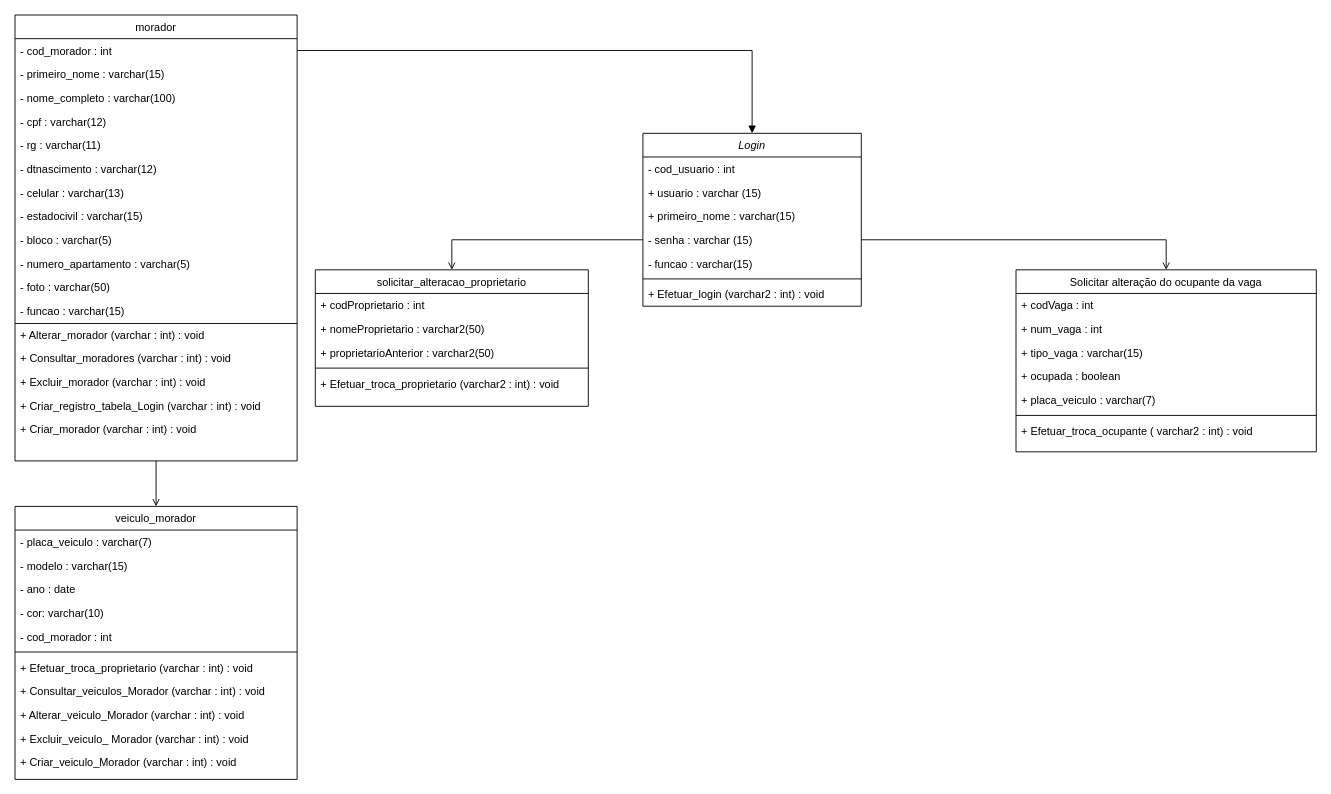
This is TCC/APS/DiagramaClasse.drawio from Ali-Dionisio/Etec, a draw.io file, before an edit. Source tidied: cells renumbered, new cells numbered last; positions are measured from the earlier drawing's top-left corner, leaving out a move shared by most shapes. Both pictures are drawn from the tidied source at 91%, with x=0, y=0 at pixel (15, 15).
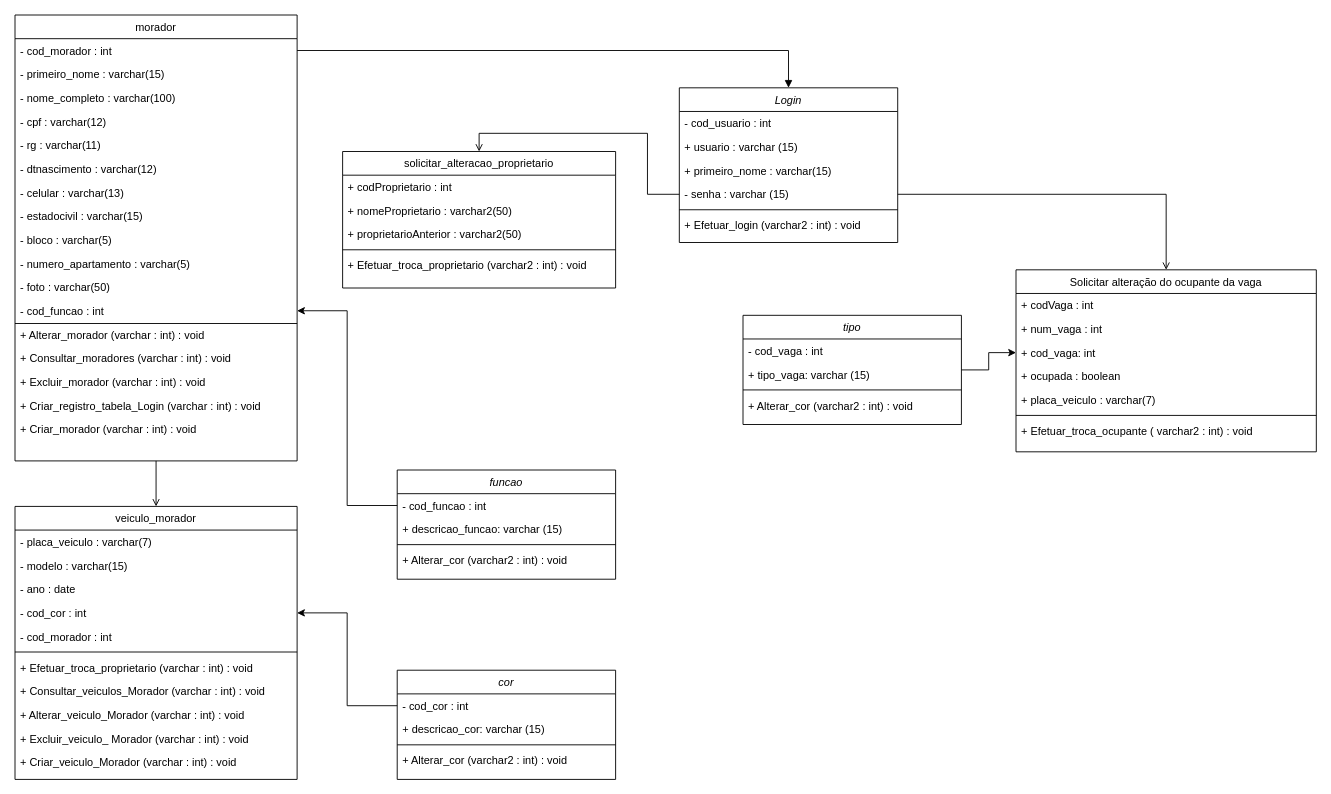
After the change.

Commit message (it also covers changes not shown here):
modificado mer e o diagrama de classe

The change refers to these unchanged cells:
```xml
<mxCell id="17" value="morador" style="swimlane;fontStyle=0;align=center;verticalAlign=top;horizontal=1;startSize=26;rounded=0;shadow=0;strokeWidth=1;" parent="1" vertex="1">
  <mxGeometry width="310" height="490" as="geometry" />
</mxCell>
<mxCell id="36" value="Solicitar alteração do ocupante da vaga" style="swimlane;fontStyle=0;align=center;verticalAlign=top;horizontal=1;startSize=26;rounded=0;shadow=0;strokeWidth=1;" parent="1" vertex="1">
  <mxGeometry x="1100" y="280" width="330" height="200" as="geometry" />
</mxCell>
<mxCell id="47" value="veiculo_morador" style="swimlane;fontStyle=0;align=center;verticalAlign=top;horizontal=1;startSize=26;rounded=0;shadow=0;strokeWidth=1;" parent="1" vertex="1">
  <mxGeometry y="540" width="310" height="300" as="geometry" />
</mxCell>
```

Diff of the diagram source:
```diff
@@
     <mxCell id="2" value="Login" style="swimlane;fontStyle=2;align=center;verticalAlign=top;horizontal=1;startSize=26;rounded=0;shadow=0;strokeWidth=1;" parent="1" vertex="1">
-      <mxGeometry x="690" y="130" width="240" height="190" as="geometry" />
+      <mxGeometry x="730" y="80" width="240" height="170" as="geometry" />
     </mxCell>
@@
-    <mxCell id="7" value="- funcao : varchar(15) " style="text;align=left;verticalAlign=top;spacingLeft=4;spacingRight=4;overflow=hidden;rounded=0;shadow=0;html=0;" parent="2" vertex="1">
-      <mxGeometry y="130" width="240" height="26" as="geometry" />
-    </mxCell>
     <mxCell id="8" style="line;html=1;strokeWidth=1;align=left;verticalAlign=middle;spacingTop=-1;spacingLeft=3;spacingRight=3;labelPosition=right;" parent="2" vertex="1">
-      <mxGeometry y="156" width="240" height="8" as="geometry" />
+      <mxGeometry y="130" width="240" height="8" as="geometry" />
     </mxCell>
     <mxCell id="9" value="+ Efetuar_login (varchar2 : int) : void" style="text;align=left;verticalAlign=top;spacingLeft=4;spacingRight=4;overflow=hidden;" parent="2" vertex="1">
-      <mxGeometry y="164" width="240" height="26" as="geometry" />
+      <mxGeometry y="138" width="240" height="26" as="geometry" />
     </mxCell>
     <mxCell id="10" value="solicitar_alteracao_proprietario" style="swimlane;fontStyle=0;align=center;verticalAlign=top;horizontal=1;startSize=26;rounded=0;shadow=0;strokeWidth=1;" parent="1" vertex="1">
-      <mxGeometry x="330" y="280" width="300" height="150" as="geometry" />
+      <mxGeometry x="360" y="150" width="300" height="150" as="geometry" />
     </mxCell>
@@
-    <mxCell id="29" value="- funcao : varchar(15)" style="text;align=left;verticalAlign=top;spacingLeft=4;spacingRight=4;overflow=hidden;points=[[0,0.5],[1,0.5]];portConstraint=eastwest;" parent="17" vertex="1">
+    <mxCell id="29" value="- cod_funcao : int" style="text;align=left;verticalAlign=top;spacingLeft=4;spacingRight=4;overflow=hidden;points=[[0,0.5],[1,0.5]];portConstraint=eastwest;" parent="17" vertex="1">
       <mxGeometry y="312" width="310" height="26" as="geometry" />
     </mxCell>
@@
-    <mxCell id="39" value="+ tipo_vaga : varchar(15)" style="text;align=left;verticalAlign=top;spacingLeft=4;spacingRight=4;overflow=hidden;points=[[0,0.5],[1,0.5]];portConstraint=eastwest;rounded=0;shadow=0;html=0;" parent="36" vertex="1">
+    <mxCell id="39" value="+ cod_vaga: int" style="text;align=left;verticalAlign=top;spacingLeft=4;spacingRight=4;overflow=hidden;points=[[0,0.5],[1,0.5]];portConstraint=eastwest;rounded=0;shadow=0;html=0;" parent="36" vertex="1">
       <mxGeometry y="78" width="330" height="26" as="geometry" />
     </mxCell>
@@
-    <mxCell id="51" value="- cor: varchar(10)" style="text;align=left;verticalAlign=top;spacingLeft=4;spacingRight=4;overflow=hidden;points=[[0,0.5],[1,0.5]];portConstraint=eastwest;" parent="47" vertex="1">
+    <mxCell id="51" value="- cod_cor : int" style="text;align=left;verticalAlign=top;spacingLeft=4;spacingRight=4;overflow=hidden;points=[[0,0.5],[1,0.5]];portConstraint=eastwest;" parent="47" vertex="1">
       <mxGeometry y="104" width="310" height="26" as="geometry" />
     </mxCell>
@@
+    <mxCell id="59" value="cor" style="swimlane;fontStyle=2;align=center;verticalAlign=top;horizontal=1;startSize=26;rounded=0;shadow=0;strokeWidth=1;" parent="1" vertex="1">
+      <mxGeometry x="420" y="720" width="240" height="120" as="geometry" />
+    </mxCell>
+    <mxCell id="60" value="- cod_cor : int" style="text;align=left;verticalAlign=top;spacingLeft=4;spacingRight=4;overflow=hidden;points=[[0,0.5],[1,0.5]];portConstraint=eastwest;" parent="59" vertex="1">
+      <mxGeometry y="26" width="240" height="26" as="geometry" />
+    </mxCell>
+    <mxCell id="61" value="+ descricao_cor: varchar (15)" style="text;align=left;verticalAlign=top;spacingLeft=4;spacingRight=4;overflow=hidden;" parent="59" vertex="1">
+      <mxGeometry y="52" width="240" height="26" as="geometry" />
+    </mxCell>
+    <mxCell id="62" style="line;html=1;strokeWidth=1;align=left;verticalAlign=middle;spacingTop=-1;spacingLeft=3;spacingRight=3;labelPosition=right;" parent="59" vertex="1">
+      <mxGeometry y="78" width="240" height="8" as="geometry" />
+    </mxCell>
+    <mxCell id="63" value="+ Alterar_cor (varchar2 : int) : void" style="text;align=left;verticalAlign=top;spacingLeft=4;spacingRight=4;overflow=hidden;" parent="59" vertex="1">
+      <mxGeometry y="86" width="240" height="26" as="geometry" />
+    </mxCell>
+    <mxCell id="64" style="edgeStyle=orthogonalEdgeStyle;rounded=0;jettySize=auto;html=1;entryX=0;entryY=0.5;entryDx=0;entryDy=0;" parent="1" edge="1" source="65" target="39">
+      <mxGeometry relative="1" as="geometry" />
+    </mxCell>
+    <mxCell id="65" value="tipo" style="swimlane;fontStyle=2;align=center;verticalAlign=top;horizontal=1;startSize=26;rounded=0;shadow=0;strokeWidth=1;" parent="1" vertex="1">
+      <mxGeometry x="800" y="330" width="240" height="120" as="geometry" />
+    </mxCell>
+    <mxCell id="66" value="- cod_vaga : int" style="text;align=left;verticalAlign=top;spacingLeft=4;spacingRight=4;overflow=hidden;" parent="65" vertex="1">
+      <mxGeometry y="26" width="240" height="26" as="geometry" />
+    </mxCell>
+    <mxCell id="67" value="+ tipo_vaga: varchar (15)" style="text;align=left;verticalAlign=top;spacingLeft=4;spacingRight=4;overflow=hidden;" parent="65" vertex="1">
+      <mxGeometry y="52" width="240" height="26" as="geometry" />
+    </mxCell>
+    <mxCell id="68" style="line;html=1;strokeWidth=1;align=left;verticalAlign=middle;spacingTop=-1;spacingLeft=3;spacingRight=3;labelPosition=right;" parent="65" vertex="1">
+      <mxGeometry y="78" width="240" height="8" as="geometry" />
+    </mxCell>
+    <mxCell id="69" value="+ Alterar_cor (varchar2 : int) : void" style="text;align=left;verticalAlign=top;spacingLeft=4;spacingRight=4;overflow=hidden;" parent="65" vertex="1">
+      <mxGeometry y="86" width="240" height="26" as="geometry" />
+    </mxCell>
+    <mxCell id="70" value="funcao" style="swimlane;fontStyle=2;align=center;verticalAlign=top;horizontal=1;startSize=26;rounded=0;shadow=0;strokeWidth=1;" parent="1" vertex="1">
+      <mxGeometry x="420" y="500" width="240" height="120" as="geometry" />
+    </mxCell>
+    <mxCell id="71" value="- cod_funcao : int" style="text;align=left;verticalAlign=top;spacingLeft=4;spacingRight=4;overflow=hidden;points=[[0,0.5],[1,0.5]];portConstraint=eastwest;" parent="70" vertex="1">
+      <mxGeometry y="26" width="240" height="26" as="geometry" />
+    </mxCell>
+    <mxCell id="72" value="+ descricao_funcao: varchar (15)" style="text;align=left;verticalAlign=top;spacingLeft=4;spacingRight=4;overflow=hidden;" parent="70" vertex="1">
+      <mxGeometry y="52" width="240" height="26" as="geometry" />
+    </mxCell>
+    <mxCell id="73" style="line;html=1;strokeWidth=1;align=left;verticalAlign=middle;spacingTop=-1;spacingLeft=3;spacingRight=3;labelPosition=right;" parent="70" vertex="1">
+      <mxGeometry y="78" width="240" height="8" as="geometry" />
+    </mxCell>
+    <mxCell id="74" value="+ Alterar_cor (varchar2 : int) : void" style="text;align=left;verticalAlign=top;spacingLeft=4;spacingRight=4;overflow=hidden;" parent="70" vertex="1">
+      <mxGeometry y="86" width="240" height="26" as="geometry" />
+    </mxCell>
+    <mxCell id="75" style="edgeStyle=orthogonalEdgeStyle;rounded=0;jettySize=auto;html=1;" parent="1" edge="1" source="60" target="51">
+      <mxGeometry relative="1" as="geometry" />
+    </mxCell>
+    <mxCell id="76" style="edgeStyle=orthogonalEdgeStyle;rounded=0;jettySize=auto;html=1;" parent="1" edge="1" source="71" target="29">
+      <mxGeometry relative="1" as="geometry" />
+    </mxCell>
```
